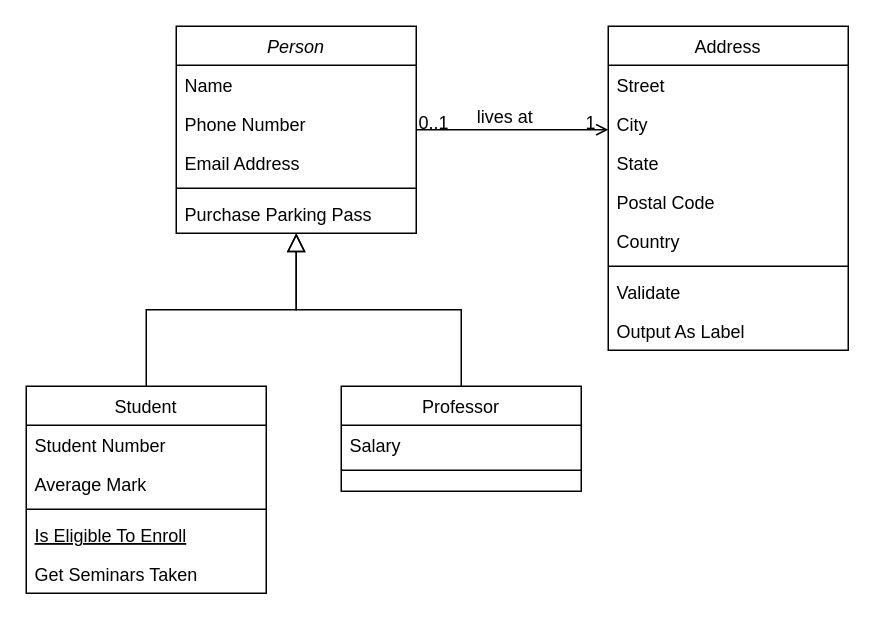
MikhailStremaus/HelloWorld4 keeps this draw.io diagram as Types of table connections .drawio. Above is the earlier version. Source tidied: cells renumbered, new cells numbered last; positions are measured from the earlier drawing's top-left corner, leaving out a move shared by most shapes. Both pictures are drawn from the tidied source at 150%, with x=0, y=0 at pixel (26, 26).
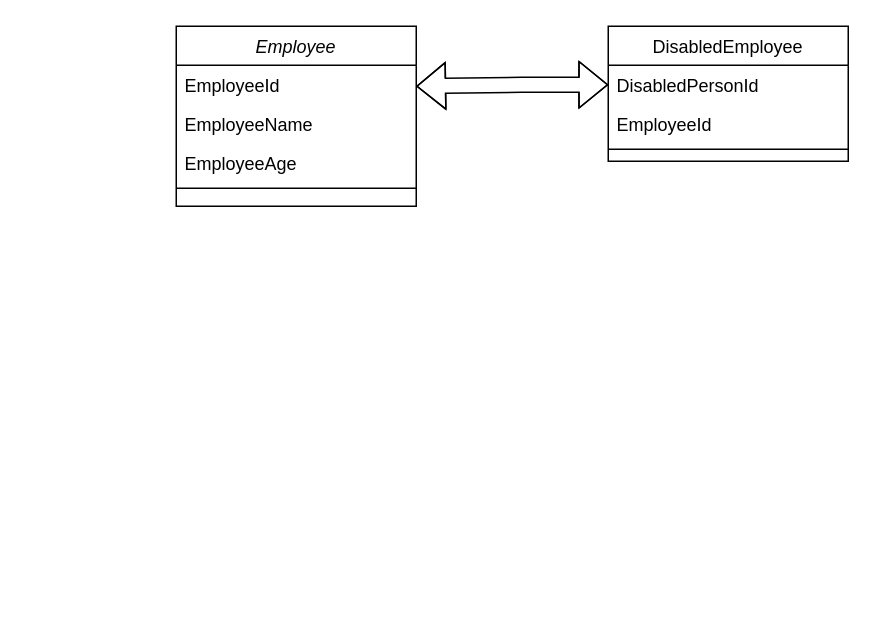
Above is the later version.

What changed in the source:
```diff
@@
-    <mxCell id="2" value="Person" style="swimlane;fontStyle=2;align=center;verticalAlign=top;horizontal=1;startSize=26;rounded=0;shadow=0;strokeWidth=1;" parent="1" vertex="1">
-      <mxGeometry x="100" width="160" height="138" as="geometry" />
+    <mxCell id="2" value="Employee" style="swimlane;fontStyle=2;align=center;verticalAlign=top;horizontal=1;startSize=26;rounded=0;shadow=0;strokeWidth=1;" parent="1" vertex="1">
+      <mxGeometry x="100" width="160" height="120" as="geometry" />
     </mxCell>
-    <mxCell id="3" value="Name" style="text;align=left;verticalAlign=top;spacingLeft=4;spacingRight=4;overflow=hidden;" parent="2" vertex="1">
+    <mxCell id="3" value="EmployeeId" style="text;align=left;verticalAlign=top;spacingLeft=4;spacingRight=4;overflow=hidden;" parent="2" vertex="1">
       <mxGeometry y="26" width="160" height="26" as="geometry" />
     </mxCell>
-    <mxCell id="4" value="Phone Number" style="text;align=left;verticalAlign=top;spacingLeft=4;spacingRight=4;overflow=hidden;rounded=0;shadow=0;html=0;" parent="2" vertex="1">
+    <mxCell id="4" value="EmployeeName" style="text;align=left;verticalAlign=top;spacingLeft=4;spacingRight=4;overflow=hidden;rounded=0;shadow=0;html=0;" parent="2" vertex="1">
       <mxGeometry y="52" width="160" height="26" as="geometry" />
     </mxCell>
-    <mxCell id="5" value="Email Address" style="text;align=left;verticalAlign=top;spacingLeft=4;spacingRight=4;overflow=hidden;rounded=0;shadow=0;html=0;" parent="2" vertex="1">
+    <mxCell id="5" value="EmployeeAge" style="text;align=left;verticalAlign=top;spacingLeft=4;spacingRight=4;overflow=hidden;rounded=0;shadow=0;html=0;" parent="2" vertex="1">
       <mxGeometry y="78" width="160" height="26" as="geometry" />
     </mxCell>
@@
-    <mxCell id="7" value="Purchase Parking Pass" style="text;align=left;verticalAlign=top;spacingLeft=4;spacingRight=4;overflow=hidden;" parent="2" vertex="1">
-      <mxGeometry y="112" width="160" height="26" as="geometry" />
-    </mxCell>
-    <mxCell id="8" value="Student" style="swimlane;fontStyle=0;align=center;verticalAlign=top;horizontal=1;startSize=26;rounded=0;shadow=0;strokeWidth=1;" parent="1" vertex="1">
-      <mxGeometry y="240" width="160" height="138" as="geometry" />
-    </mxCell>
-    <mxCell id="9" value="Student Number" style="text;align=left;verticalAlign=top;spacingLeft=4;spacingRight=4;overflow=hidden;" parent="8" vertex="1">
-      <mxGeometry y="26" width="160" height="26" as="geometry" />
-    </mxCell>
-    <mxCell id="10" value="Average Mark" style="text;align=left;verticalAlign=top;spacingLeft=4;spacingRight=4;overflow=hidden;rounded=0;shadow=0;html=0;" parent="8" vertex="1">
-      <mxGeometry y="52" width="160" height="26" as="geometry" />
-    </mxCell>
-    <mxCell id="11" style="line;html=1;strokeWidth=1;align=left;verticalAlign=middle;spacingTop=-1;spacingLeft=3;spacingRight=3;labelPosition=right;" parent="8" vertex="1">
-      <mxGeometry y="78" width="160" height="8" as="geometry" />
-    </mxCell>
-    <mxCell id="12" value="Is Eligible To Enroll" style="text;align=left;verticalAlign=top;spacingLeft=4;spacingRight=4;overflow=hidden;fontStyle=4;" parent="8" vertex="1">
-      <mxGeometry y="86" width="160" height="26" as="geometry" />
-    </mxCell>
-    <mxCell id="13" value="Get Seminars Taken" style="text;align=left;verticalAlign=top;spacingLeft=4;spacingRight=4;overflow=hidden;" parent="8" vertex="1">
-      <mxGeometry y="112" width="160" height="26" as="geometry" />
-    </mxCell>
-    <mxCell id="14" style="endArrow=block;endSize=10;endFill=0;shadow=0;strokeWidth=1;rounded=0;edgeStyle=elbowEdgeStyle;elbow=vertical;" parent="1" edge="1" source="8" target="2">
-      <mxGeometry relative="1" as="geometry" />
-    </mxCell>
-    <mxCell id="15" value="Professor" style="swimlane;fontStyle=0;align=center;verticalAlign=top;horizontal=1;startSize=26;rounded=0;shadow=0;strokeWidth=1;" parent="1" vertex="1">
-      <mxGeometry x="210" y="240" width="160" height="70" as="geometry" />
-    </mxCell>
-    <mxCell id="16" value="Salary" style="text;align=left;verticalAlign=top;spacingLeft=4;spacingRight=4;overflow=hidden;" parent="15" vertex="1">
-      <mxGeometry y="26" width="160" height="26" as="geometry" />
-    </mxCell>
-    <mxCell id="17" style="line;html=1;strokeWidth=1;align=left;verticalAlign=middle;spacingTop=-1;spacingLeft=3;spacingRight=3;labelPosition=right;" parent="15" vertex="1">
-      <mxGeometry y="52" width="160" height="8" as="geometry" />
-    </mxCell>
-    <mxCell id="18" style="endArrow=block;endSize=10;endFill=0;shadow=0;strokeWidth=1;rounded=0;edgeStyle=elbowEdgeStyle;elbow=vertical;" parent="1" edge="1" source="15" target="2">
-      <mxGeometry relative="1" as="geometry" />
-    </mxCell>
-    <mxCell id="19" value="Address" style="swimlane;fontStyle=0;align=center;verticalAlign=top;horizontal=1;startSize=26;rounded=0;shadow=0;strokeWidth=1;" parent="1" vertex="1">
-      <mxGeometry x="388" width="160" height="216" as="geometry" />
+    <mxCell id="19" value="DisabledEmployee" style="swimlane;fontStyle=0;align=center;verticalAlign=top;horizontal=1;startSize=26;rounded=0;shadow=0;strokeWidth=1;" parent="1" vertex="1">
+      <mxGeometry x="388" width="160" height="90" as="geometry" />
     </mxCell>
-    <mxCell id="20" value="Street" style="text;align=left;verticalAlign=top;spacingLeft=4;spacingRight=4;overflow=hidden;points=[[0,0.5],[1,0.5]];portConstraint=eastwest;" parent="19" vertex="1">
+    <mxCell id="20" value="DisabledPersonId" style="text;align=left;verticalAlign=top;spacingLeft=4;spacingRight=4;overflow=hidden;points=[[0,0.5],[1,0.5]];portConstraint=eastwest;" parent="19" vertex="1">
       <mxGeometry y="26" width="160" height="26" as="geometry" />
     </mxCell>
-    <mxCell id="21" value="City" style="text;align=left;verticalAlign=top;spacingLeft=4;spacingRight=4;overflow=hidden;rounded=0;shadow=0;html=0;" parent="19" vertex="1">
+    <mxCell id="21" value="EmployeeId" style="text;align=left;verticalAlign=top;spacingLeft=4;spacingRight=4;overflow=hidden;rounded=0;shadow=0;html=0;" parent="19" vertex="1">
       <mxGeometry y="52" width="160" height="26" as="geometry" />
     </mxCell>
-    <mxCell id="22" value="State" style="text;align=left;verticalAlign=top;spacingLeft=4;spacingRight=4;overflow=hidden;rounded=0;shadow=0;html=0;" parent="19" vertex="1">
-      <mxGeometry y="78" width="160" height="26" as="geometry" />
-    </mxCell>
-    <mxCell id="23" value="Postal Code" style="text;align=left;verticalAlign=top;spacingLeft=4;spacingRight=4;overflow=hidden;rounded=0;shadow=0;html=0;" parent="19" vertex="1">
-      <mxGeometry y="104" width="160" height="26" as="geometry" />
-    </mxCell>
-    <mxCell id="24" value="Country" style="text;align=left;verticalAlign=top;spacingLeft=4;spacingRight=4;overflow=hidden;rounded=0;shadow=0;html=0;" parent="19" vertex="1">
-      <mxGeometry y="130" width="160" height="26" as="geometry" />
-    </mxCell>
     <mxCell id="25" style="line;html=1;strokeWidth=1;align=left;verticalAlign=middle;spacingTop=-1;spacingLeft=3;spacingRight=3;labelPosition=right;" parent="19" vertex="1">
-      <mxGeometry y="156" width="160" height="8" as="geometry" />
+      <mxGeometry y="78" width="160" height="8" as="geometry" />
     </mxCell>
-    <mxCell id="26" value="Validate" style="text;align=left;verticalAlign=top;spacingLeft=4;spacingRight=4;overflow=hidden;" parent="19" vertex="1">
-      <mxGeometry y="164" width="160" height="26" as="geometry" />
-    </mxCell>
-    <mxCell id="27" value="Output As Label" style="text;align=left;verticalAlign=top;spacingLeft=4;spacingRight=4;overflow=hidden;" parent="19" vertex="1">
-      <mxGeometry y="190" width="160" height="26" as="geometry" />
-    </mxCell>
-    <mxCell id="28" style="endArrow=open;shadow=0;strokeWidth=1;rounded=0;endFill=1;edgeStyle=elbowEdgeStyle;elbow=vertical;" parent="1" edge="1" source="2" target="19">
-      <mxGeometry x="0.5" y="41" relative="1" as="geometry">
-        <mxPoint x="-40" y="32" as="offset" />
-      </mxGeometry>
-    </mxCell>
-    <mxCell id="29" value="0..1" style="align=left;verticalAlign=bottom;labelBackgroundColor=none;fontSize=12;" parent="28" vertex="1">
-      <mxGeometry x="-1" relative="1" as="geometry">
-        <mxPoint y="4" as="offset" />
-      </mxGeometry>
-    </mxCell>
-    <mxCell id="30" value="1" style="align=right;verticalAlign=bottom;labelBackgroundColor=none;fontSize=12;" parent="28" vertex="1">
-      <mxGeometry x="1" relative="1" as="geometry">
-        <mxPoint x="-7" y="4" as="offset" />
-      </mxGeometry>
-    </mxCell>
-    <mxCell id="31" value="lives at" style="text;html=1;align=center;verticalAlign=middle;labelBackgroundColor=none;rounded=0;shadow=0;strokeWidth=1;fontSize=12;" parent="28" vertex="1">
-      <mxGeometry x="0.5" y="49" relative="1" as="geometry">
-        <mxPoint x="-38" y="40" as="offset" />
-      </mxGeometry>
-    </mxCell>
+    <mxCell id="32" style="shape=flexArrow;endArrow=classic;startArrow=classic;html=1;rounded=0;entryX=0;entryY=0.5;entryDx=0;entryDy=0;" parent="1" edge="1" target="20">
+      <mxGeometry relative="1" as="geometry">
+        <mxPoint x="260" y="40" as="sourcePoint" />
+        <Array as="points">
+          <mxPoint x="330" y="39" />
+        </Array>
+      </mxGeometry>
+    </mxCell>
```
